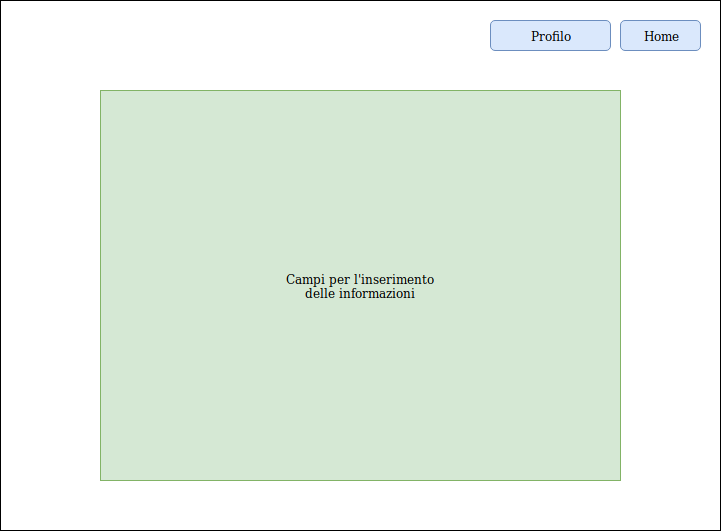
This is InterfacceBrutteFatteConPaint/ModificaProfilo.png from SundavarBlaka/Alexandria, a draw.io export, as it was before one commit. Source tidied: cells renumbered, new cells last; positions are measured from the earlier drawing's top-left corner, leaving out a move shared by most shapes.
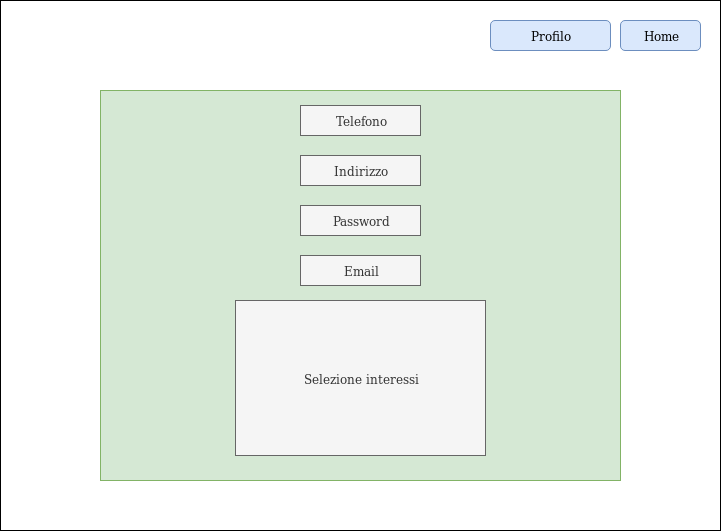
The same file after the commit.

What changed in the source:
```diff
@@ -8,11 +8,26 @@
     <mxCell id="3" value="Home" style="rounded=1;whiteSpace=wrap;html=1;align=center;fillColor=#dae8fc;strokeColor=#6c8ebf;" parent="1" vertex="1">
       <mxGeometry x="620" y="20" width="80" height="30" as="geometry" />
     </mxCell>
-    <mxCell id="4" value="&lt;div&gt;Campi per l'inserimento &lt;br&gt;&lt;/div&gt;&lt;div&gt;delle informazioni&lt;/div&gt;" style="rounded=0;whiteSpace=wrap;html=1;align=center;fillColor=#d5e8d4;strokeColor=#82b366;" parent="1" vertex="1">
+    <mxCell id="4" style="rounded=0;whiteSpace=wrap;html=1;align=center;fillColor=#d5e8d4;strokeColor=#82b366;" parent="1" vertex="1">
       <mxGeometry x="100" y="90" width="520" height="390" as="geometry" />
     </mxCell>
     <mxCell id="5" value="Profilo" style="rounded=1;whiteSpace=wrap;html=1;align=center;fillColor=#dae8fc;strokeColor=#6c8ebf;" parent="1" vertex="1">
       <mxGeometry x="490" y="20" width="120" height="30" as="geometry" />
     </mxCell>
+    <mxCell id="6" value="Indirizzo" style="rounded=0;whiteSpace=wrap;html=1;fillColor=#f5f5f5;strokeColor=#666666;fontColor=#333333;" parent="1" vertex="1">
+      <mxGeometry x="300" y="155" width="120" height="30" as="geometry" />
+    </mxCell>
+    <mxCell id="7" value="Password" style="rounded=0;whiteSpace=wrap;html=1;fillColor=#f5f5f5;strokeColor=#666666;fontColor=#333333;" parent="1" vertex="1">
+      <mxGeometry x="300" y="205" width="120" height="30" as="geometry" />
+    </mxCell>
+    <mxCell id="8" value="Email" style="rounded=0;whiteSpace=wrap;html=1;fillColor=#f5f5f5;strokeColor=#666666;fontColor=#333333;" parent="1" vertex="1">
+      <mxGeometry x="300" y="255" width="120" height="30" as="geometry" />
+    </mxCell>
+    <mxCell id="9" value="Selezione interessi" style="rounded=0;whiteSpace=wrap;html=1;fillColor=#f5f5f5;strokeColor=#666666;fontColor=#333333;" parent="1" vertex="1">
+      <mxGeometry x="235" y="300" width="250" height="155" as="geometry" />
+    </mxCell>
+    <mxCell id="10" value="Telefono" style="rounded=0;whiteSpace=wrap;html=1;fillColor=#f5f5f5;strokeColor=#666666;fontColor=#333333;" parent="1" vertex="1">
+      <mxGeometry x="300" y="105" width="120" height="30" as="geometry" />
+    </mxCell>
   </root>
 </mxGraphModel>
```
